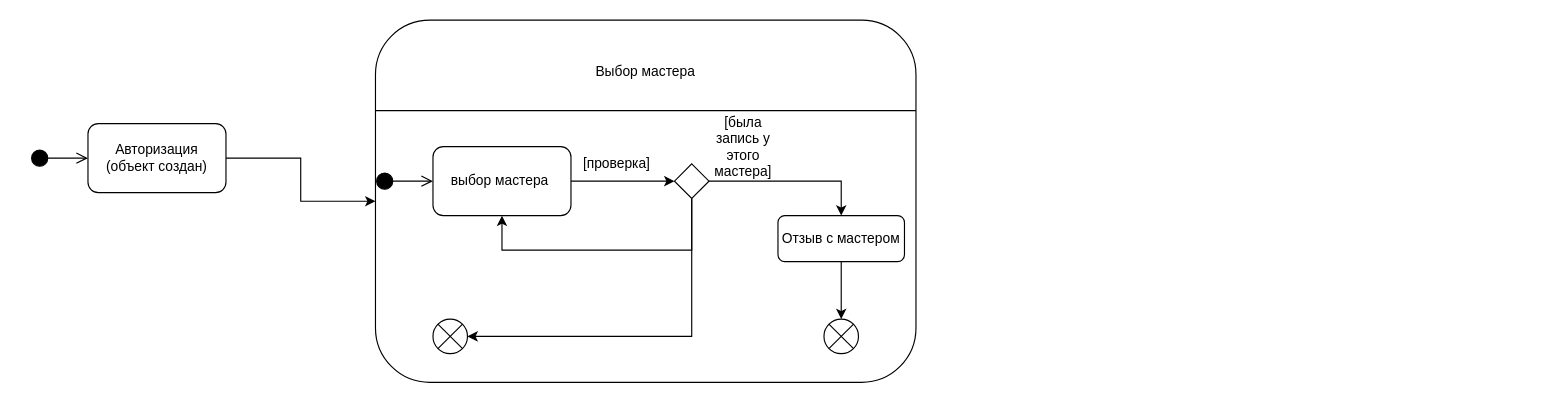
Earlier version of the draw.io diagram Диаграмма_состояний.drawio (Artvell3000/umlLab2). Source tidied: cells renumbered, new cells numbered last; positions are measured from the earlier drawing's top-left corner, leaving out a move shared by most shapes. Both pictures are drawn from the tidied source at 115%, with x=0, y=0 at pixel (30, 20).
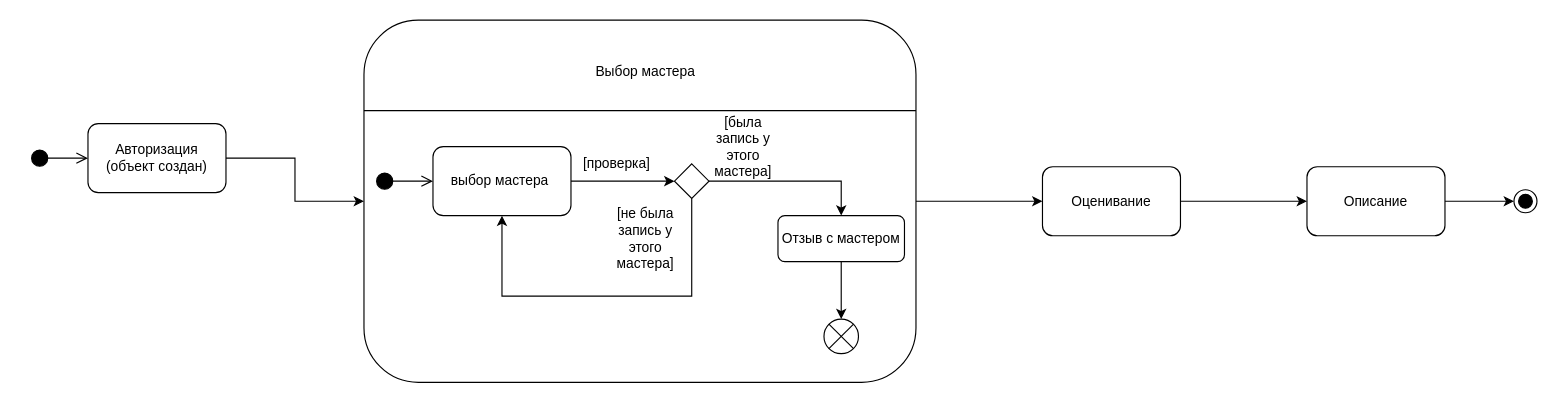
The same page after the edit.

The change refers to these unchanged cells:
```xml
<mxCell id="9" value="выбор мастера&amp;nbsp;" style="rounded=1;whiteSpace=wrap;html=1;" parent="1" vertex="1">
  <mxGeometry x="350" y="110" width="120" height="60" as="geometry" />
</mxCell>
<mxCell id="12" style="rhombus;whiteSpace=wrap;html=1;" parent="1" vertex="1">
  <mxGeometry x="560" y="125" width="30" height="30" as="geometry" />
</mxCell>
```

The edit, as a diff of the source:
```diff
@@
+    <mxCell id="21" style="edgeStyle=orthogonalEdgeStyle;rounded=0;jettySize=auto;html=1;entryX=0;entryY=0.5;entryDx=0;entryDy=0;" parent="1" edge="1" source="5" target="24">
+      <mxGeometry relative="1" as="geometry" />
+    </mxCell>
     <mxCell id="5" style="rounded=1;whiteSpace=wrap;html=1;" parent="1" vertex="1">
-      <mxGeometry x="300" width="470" height="315" as="geometry" />
+      <mxGeometry x="290" width="480" height="315" as="geometry" />
     </mxCell>
@@
-    <mxCell id="11" style="edgeStyle=orthogonalEdgeStyle;rounded=0;jettySize=auto;html=1;entryX=0.5;entryY=1;entryDx=0;entryDy=0;" parent="1" edge="1" source="12" target="9">
-      <mxGeometry relative="1" as="geometry">
-        <Array as="points">
-          <mxPoint x="575" y="200" />
-          <mxPoint x="410" y="200" />
-        </Array>
-      </mxGeometry>
-    </mxCell>
@@
-    <mxCell id="14" style="verticalLabelPosition=bottom;verticalAlign=top;html=1;shape=mxgraph.flowchart.or;" parent="1" vertex="1">
-      <mxGeometry x="350" y="260" width="30" height="30" as="geometry" />
-    </mxCell>
@@
-    <mxCell id="16" style="edgeStyle=orthogonalEdgeStyle;rounded=0;jettySize=auto;html=1;entryX=1;entryY=0.5;entryDx=0;entryDy=0;entryPerimeter=0;" parent="1" edge="1" source="12" target="14">
-      <mxGeometry relative="1" as="geometry">
-        <Array as="points">
-          <mxPoint x="575" y="275" />
-        </Array>
-      </mxGeometry>
-    </mxCell>
@@
+    <mxCell id="22" value="[не была запись у этого мастера]" style="text;html=1;strokeColor=none;fillColor=none;align=center;verticalAlign=middle;whiteSpace=wrap;rounded=0;" parent="1" vertex="1">
+      <mxGeometry x="505" y="175" width="60" height="30" as="geometry" />
+    </mxCell>
+    <mxCell id="11" style="edgeStyle=orthogonalEdgeStyle;rounded=0;jettySize=auto;html=1;" parent="1" edge="1" source="12" target="9">
+      <mxGeometry relative="1" as="geometry">
+        <Array as="points">
+          <mxPoint x="575" y="240" />
+          <mxPoint x="410" y="240" />
+        </Array>
+      </mxGeometry>
+    </mxCell>
+    <mxCell id="23" style="edgeStyle=orthogonalEdgeStyle;rounded=0;jettySize=auto;html=1;entryX=0;entryY=0.5;entryDx=0;entryDy=0;" parent="1" edge="1" source="24" target="26">
+      <mxGeometry relative="1" as="geometry" />
+    </mxCell>
+    <mxCell id="24" value="Оценивание" style="rounded=1;whiteSpace=wrap;html=1;" parent="1" vertex="1">
+      <mxGeometry x="880" y="127.5" width="120" height="60" as="geometry" />
+    </mxCell>
+    <mxCell id="25" style="edgeStyle=orthogonalEdgeStyle;rounded=0;jettySize=auto;html=1;entryX=0;entryY=0.5;entryDx=0;entryDy=0;" parent="1" edge="1" source="26" target="27">
+      <mxGeometry relative="1" as="geometry" />
+    </mxCell>
+    <mxCell id="26" value="Описание" style="rounded=1;whiteSpace=wrap;html=1;" parent="1" vertex="1">
+      <mxGeometry x="1110" y="127.5" width="120" height="60" as="geometry" />
+    </mxCell>
+    <mxCell id="27" style="ellipse;html=1;shape=endState;fillColor=#000000;strokeColor=#000000;" parent="1" vertex="1">
+      <mxGeometry x="1290" y="147.5" width="20" height="20" as="geometry" />
+    </mxCell>
```
